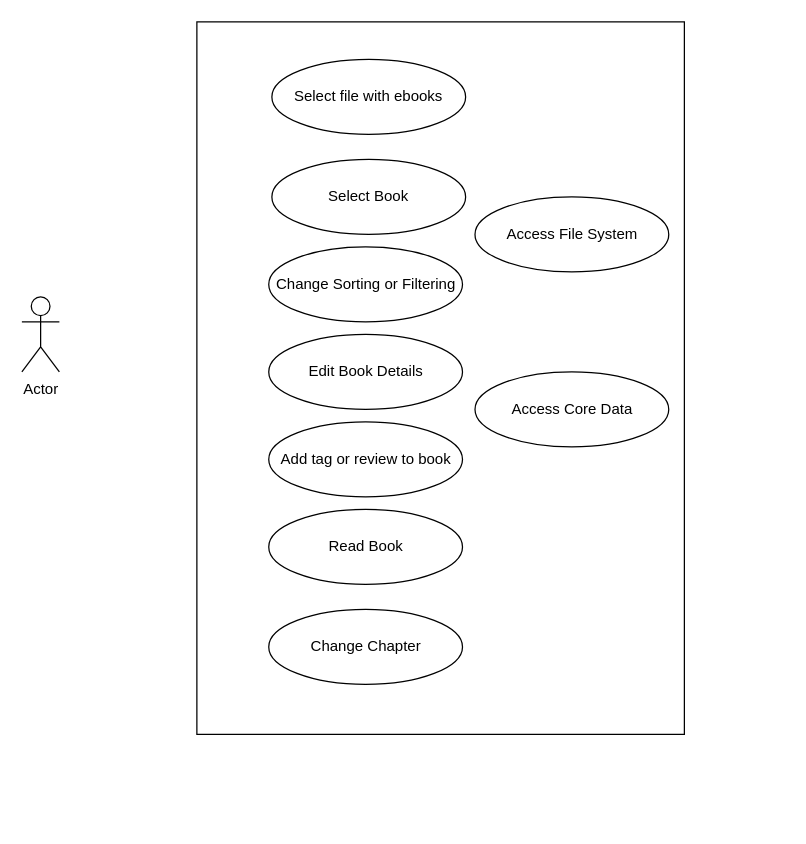
Above: BookHarbourUseCaseDiagram.drawio in gasawase/BookHarbour (draw.io), before the change. Source tidied: cells renumbered, new cells numbered last; positions are measured from the earlier drawing's top-left corner, leaving out a move shared by most shapes. Both pictures are drawn from the tidied source at 125%, with x=0, y=0 at pixel (21, 21).
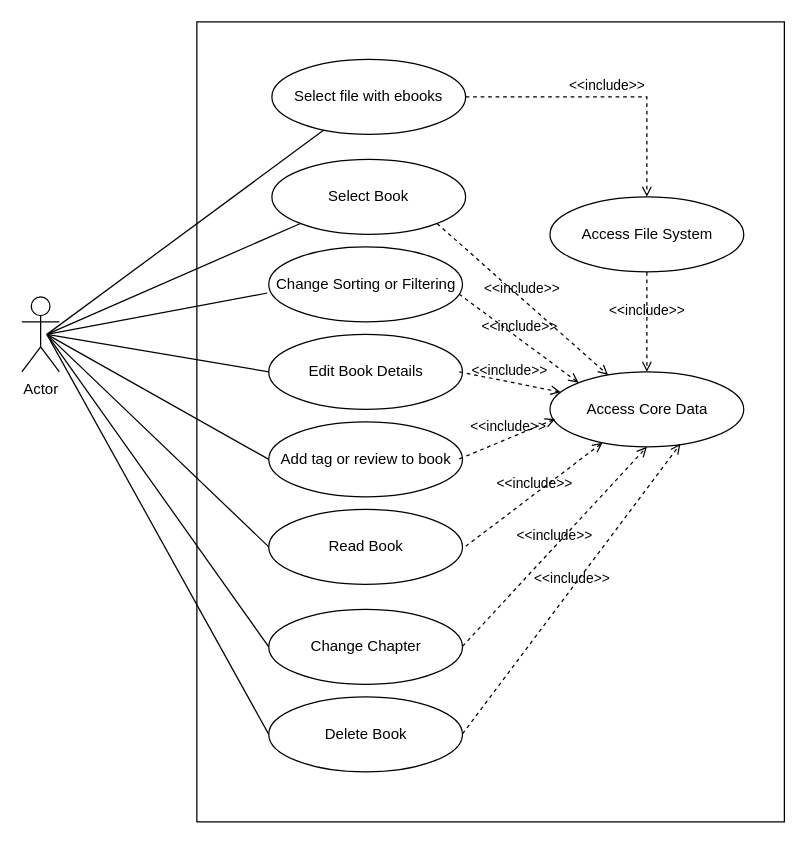
The same diagram, later.

The change refers to these unchanged cells:
```xml
<mxCell id="4" value="Select file with ebooks" style="ellipse;whiteSpace=wrap;html=1;" parent="1" vertex="1">
  <mxGeometry x="200" y="30" width="155" height="60" as="geometry" />
</mxCell>
<mxCell id="5" value="Select Book" style="ellipse;whiteSpace=wrap;html=1;" parent="1" vertex="1">
  <mxGeometry x="200" y="110" width="155" height="60" as="geometry" />
</mxCell>
<mxCell id="8" value="Change Sorting or Filtering" style="ellipse;whiteSpace=wrap;html=1;" parent="1" vertex="1">
  <mxGeometry x="197.5" y="180" width="155" height="60" as="geometry" />
</mxCell>
<mxCell id="9" value="Edit Book Details" style="ellipse;whiteSpace=wrap;html=1;" parent="1" vertex="1">
  <mxGeometry x="197.5" y="250" width="155" height="60" as="geometry" />
</mxCell>
<mxCell id="10" value="Add tag or review to book" style="ellipse;whiteSpace=wrap;html=1;" parent="1" vertex="1">
  <mxGeometry x="197.5" y="320" width="155" height="60" as="geometry" />
</mxCell>
<mxCell id="11" value="Read Book" style="ellipse;whiteSpace=wrap;html=1;" parent="1" vertex="1">
  <mxGeometry x="197.5" y="390" width="155" height="60" as="geometry" />
</mxCell>
<mxCell id="12" value="Change Chapter" style="ellipse;whiteSpace=wrap;html=1;" parent="1" vertex="1">
  <mxGeometry x="197.5" y="470" width="155" height="60" as="geometry" />
</mxCell>
```

The edit, as a diff of the source:
```diff
@@
     <mxCell id="3" style="rounded=0;whiteSpace=wrap;html=1;" parent="1" vertex="1">
-      <mxGeometry x="140" width="390" height="570" as="geometry" />
+      <mxGeometry x="140" width="470" height="640" as="geometry" />
     </mxCell>
@@
     <mxCell id="6" value="Access Core Data" style="ellipse;whiteSpace=wrap;html=1;" parent="1" vertex="1">
-      <mxGeometry x="362.5" y="280" width="155" height="60" as="geometry" />
+      <mxGeometry x="422.5" y="280" width="155" height="60" as="geometry" />
     </mxCell>
     <mxCell id="7" value="Access File System" style="ellipse;whiteSpace=wrap;html=1;" parent="1" vertex="1">
-      <mxGeometry x="362.5" y="140" width="155" height="60" as="geometry" />
+      <mxGeometry x="422.5" y="140" width="155" height="60" as="geometry" />
     </mxCell>
@@
+    <mxCell id="13" value="&amp;lt;&amp;lt;include&amp;gt;&amp;gt;" style="html=1;verticalAlign=bottom;labelBackgroundColor=none;endArrow=open;endFill=0;dashed=1;rounded=0;entryX=0.5;entryY=0;entryDx=0;entryDy=0;exitX=1;exitY=0.5;exitDx=0;exitDy=0;" parent="1" edge="1" source="4" target="7">
+      <mxGeometry relative="1" as="geometry">
+        <Array as="points">
+          <mxPoint x="500" y="60" />
+        </Array>
+      </mxGeometry>
+    </mxCell>
+    <mxCell id="14" value="&amp;lt;&amp;lt;include&amp;gt;&amp;gt;" style="html=1;verticalAlign=bottom;labelBackgroundColor=none;endArrow=open;endFill=0;dashed=1;rounded=0;exitX=0.5;exitY=1;exitDx=0;exitDy=0;entryX=0.5;entryY=0;entryDx=0;entryDy=0;" parent="1" edge="1" source="7" target="6">
+      <mxGeometry relative="1" as="geometry" />
+    </mxCell>
+    <mxCell id="15" value="&amp;lt;&amp;lt;include&amp;gt;&amp;gt;" style="html=1;verticalAlign=bottom;labelBackgroundColor=none;endArrow=open;endFill=0;dashed=1;rounded=0;exitX=1;exitY=1;exitDx=0;exitDy=0;" parent="1" edge="1" source="5" target="6">
+      <mxGeometry relative="1" as="geometry" />
+    </mxCell>
+    <mxCell id="16" value="&amp;lt;&amp;lt;include&amp;gt;&amp;gt;" style="html=1;verticalAlign=bottom;labelBackgroundColor=none;endArrow=open;endFill=0;dashed=1;rounded=0;exitX=0.982;exitY=0.628;exitDx=0;exitDy=0;exitPerimeter=0;entryX=0;entryY=0;entryDx=0;entryDy=0;" parent="1" edge="1" source="8" target="6">
+      <mxGeometry relative="1" as="geometry" />
+    </mxCell>
+    <mxCell id="17" value="&amp;lt;&amp;lt;include&amp;gt;&amp;gt;" style="html=1;verticalAlign=bottom;labelBackgroundColor=none;endArrow=open;endFill=0;dashed=1;rounded=0;" parent="1" edge="1" target="6">
+      <mxGeometry relative="1" as="geometry">
+        <mxPoint x="350" y="280" as="sourcePoint" />
+      </mxGeometry>
+    </mxCell>
+    <mxCell id="18" value="&amp;lt;&amp;lt;include&amp;gt;&amp;gt;" style="html=1;verticalAlign=bottom;labelBackgroundColor=none;endArrow=open;endFill=0;dashed=1;rounded=0;entryX=0.027;entryY=0.628;entryDx=0;entryDy=0;entryPerimeter=0;" parent="1" edge="1" target="6">
+      <mxGeometry relative="1" as="geometry">
+        <mxPoint x="350" y="349.6" as="sourcePoint" />
+      </mxGeometry>
+    </mxCell>
+    <mxCell id="19" value="&amp;lt;&amp;lt;include&amp;gt;&amp;gt;" style="html=1;verticalAlign=bottom;labelBackgroundColor=none;endArrow=open;endFill=0;dashed=1;rounded=0;" parent="1" edge="1" target="6">
+      <mxGeometry relative="1" as="geometry">
+        <mxPoint x="355" y="419.6" as="sourcePoint" />
+      </mxGeometry>
+    </mxCell>
+    <mxCell id="20" value="&amp;lt;&amp;lt;include&amp;gt;&amp;gt;" style="html=1;verticalAlign=bottom;labelBackgroundColor=none;endArrow=open;endFill=0;dashed=1;rounded=0;entryX=0.5;entryY=1;entryDx=0;entryDy=0;" parent="1" edge="1" target="6">
+      <mxGeometry relative="1" as="geometry">
+        <mxPoint x="352.5" y="499.6" as="sourcePoint" />
+      </mxGeometry>
+    </mxCell>
+    <mxCell id="21" value="Delete Book" style="ellipse;whiteSpace=wrap;html=1;" parent="1" vertex="1">
+      <mxGeometry x="197.5" y="540" width="155" height="60" as="geometry" />
+    </mxCell>
+    <mxCell id="22" value="&amp;lt;&amp;lt;include&amp;gt;&amp;gt;" style="html=1;verticalAlign=bottom;labelBackgroundColor=none;endArrow=open;endFill=0;dashed=1;rounded=0;entryX=0.673;entryY=0.961;entryDx=0;entryDy=0;entryPerimeter=0;" parent="1" edge="1" target="6">
+      <mxGeometry relative="1" as="geometry">
+        <mxPoint x="352.5" y="569.6" as="sourcePoint" />
+      </mxGeometry>
+    </mxCell>
+    <mxCell id="23" style="endArrow=none;html=1;rounded=0;" parent="1" edge="1" target="4">
+      <mxGeometry relative="1" as="geometry">
+        <mxPoint x="20" y="250" as="sourcePoint" />
+      </mxGeometry>
+    </mxCell>
+    <mxCell id="24" style="endArrow=none;html=1;rounded=0;entryX=0;entryY=1;entryDx=0;entryDy=0;" parent="1" edge="1" target="5">
+      <mxGeometry relative="1" as="geometry">
+        <mxPoint x="20" y="250" as="sourcePoint" />
+      </mxGeometry>
+    </mxCell>
+    <mxCell id="25" style="endArrow=none;html=1;rounded=0;entryX=-0.007;entryY=0.615;entryDx=0;entryDy=0;entryPerimeter=0;" parent="1" edge="1" target="8">
+      <mxGeometry relative="1" as="geometry">
+        <mxPoint x="20" y="250" as="sourcePoint" />
+      </mxGeometry>
+    </mxCell>
+    <mxCell id="26" style="endArrow=none;html=1;rounded=0;entryX=0;entryY=0.5;entryDx=0;entryDy=0;" parent="1" edge="1" target="9">
+      <mxGeometry relative="1" as="geometry">
+        <mxPoint x="20" y="250" as="sourcePoint" />
+      </mxGeometry>
+    </mxCell>
+    <mxCell id="27" style="endArrow=none;html=1;rounded=0;entryX=0;entryY=0.5;entryDx=0;entryDy=0;" parent="1" edge="1" target="10">
+      <mxGeometry relative="1" as="geometry">
+        <mxPoint x="20" y="250" as="sourcePoint" />
+      </mxGeometry>
+    </mxCell>
+    <mxCell id="28" style="endArrow=none;html=1;rounded=0;entryX=0;entryY=0.5;entryDx=0;entryDy=0;" parent="1" edge="1" target="11">
+      <mxGeometry relative="1" as="geometry">
+        <mxPoint x="20" y="250" as="sourcePoint" />
+      </mxGeometry>
+    </mxCell>
+    <mxCell id="29" style="endArrow=none;html=1;rounded=0;entryX=0;entryY=0.5;entryDx=0;entryDy=0;" parent="1" edge="1" target="12">
+      <mxGeometry relative="1" as="geometry">
+        <mxPoint x="20" y="250" as="sourcePoint" />
+      </mxGeometry>
+    </mxCell>
+    <mxCell id="30" style="endArrow=none;html=1;rounded=0;entryX=0;entryY=0.5;entryDx=0;entryDy=0;" parent="1" edge="1" target="21">
+      <mxGeometry relative="1" as="geometry">
+        <mxPoint x="20" y="250" as="sourcePoint" />
+      </mxGeometry>
+    </mxCell>
```
